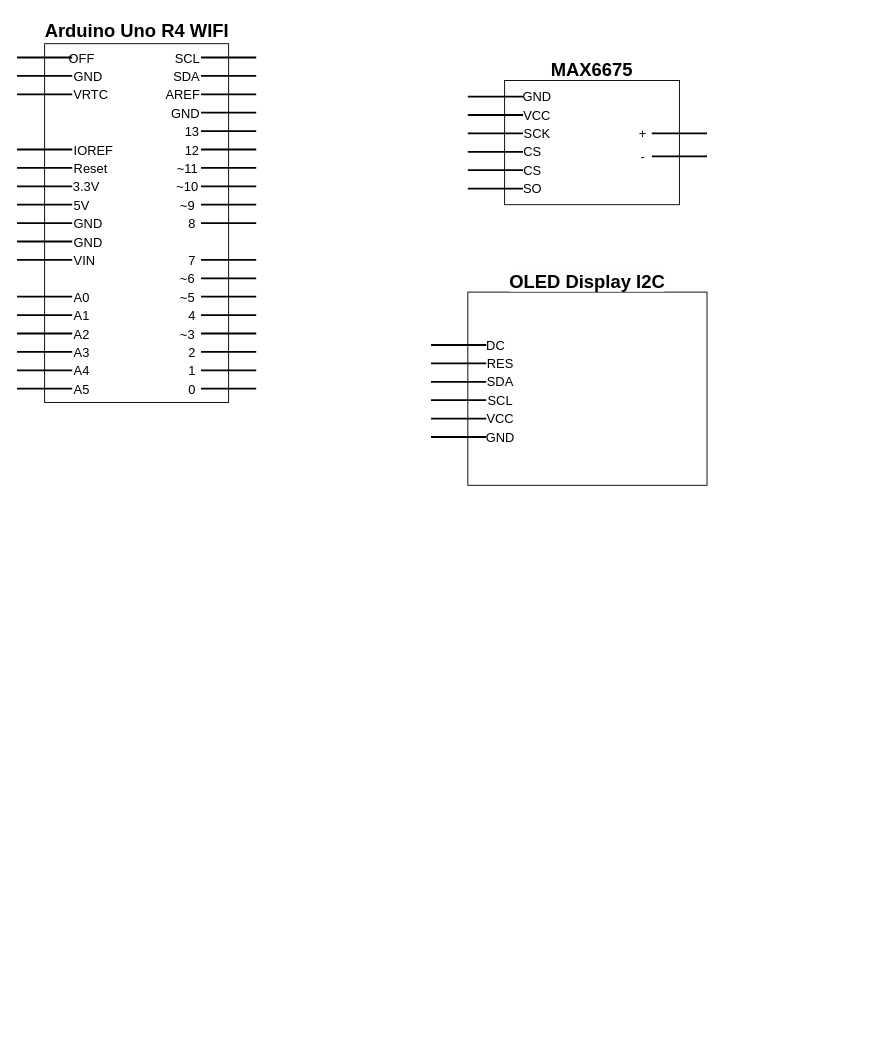
Earlier version of the draw.io diagram HaySteamerCircuitDiagram.drawio (RoadRunner-2/HaySteamerTemperatureControl). Source tidied: cells renumbered, new cells numbered last; positions are measured from the earlier drawing's top-left corner, leaving out a move shared by most shapes. Both pictures are drawn from the tidied source at 92%, with x=0, y=0 at pixel (17, 16).
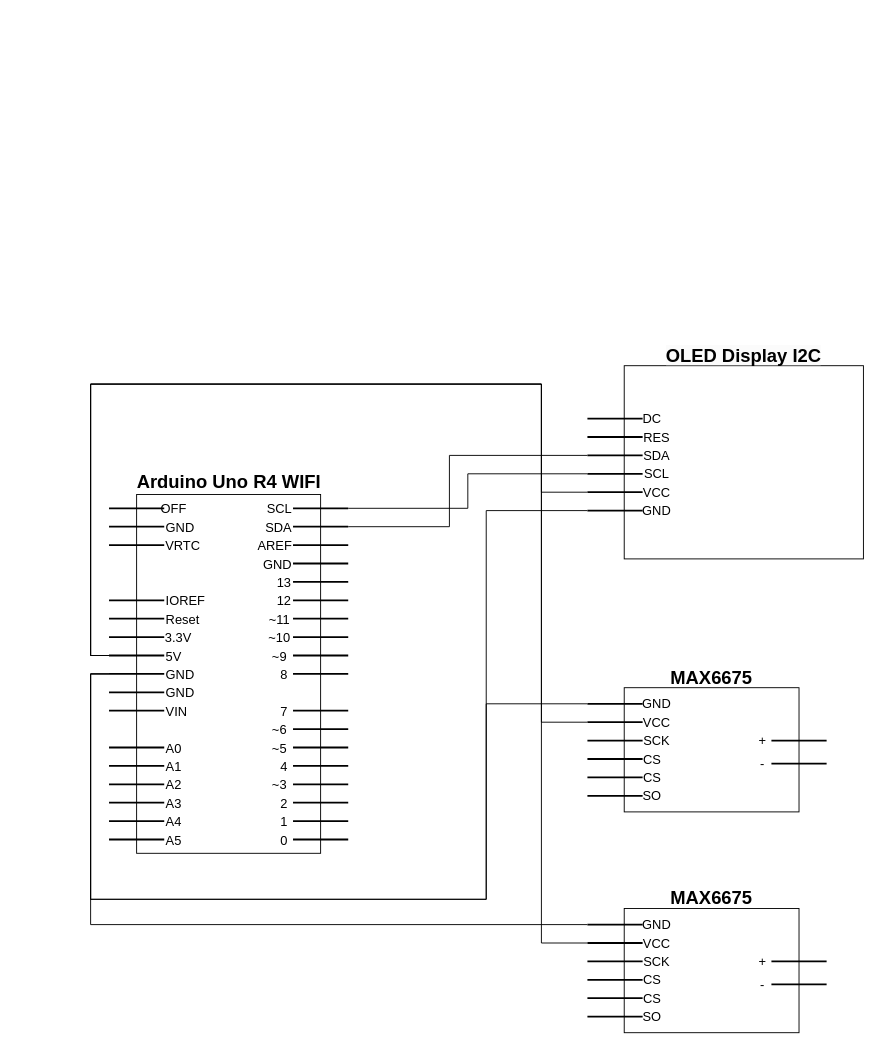
After the change.

Commit message:
started adding connections in circuit diagram

The change refers to these unchanged cells:
```xml
<mxCell id="13" style="line;strokeWidth=2;html=1;" parent="3" vertex="1">
  <mxGeometry y="190" width="60" height="10" as="geometry" />
</mxCell>
<mxCell id="14" style="line;strokeWidth=2;html=1;" parent="3" vertex="1">
  <mxGeometry y="170" width="60" height="10" as="geometry" />
</mxCell>
<mxCell id="37" style="line;strokeWidth=2;html=1;" parent="3" vertex="1">
  <mxGeometry x="200" y="30" width="60" height="10" as="geometry" />
</mxCell>
<mxCell id="38" style="line;strokeWidth=2;html=1;" parent="3" vertex="1">
  <mxGeometry x="200" y="10" width="60" height="10" as="geometry" />
</mxCell>
<mxCell id="80" style="line;strokeWidth=2;html=1;" parent="74" vertex="1">
  <mxGeometry y="62.5" width="60" height="10" as="geometry" />
</mxCell>
<mxCell id="81" style="line;strokeWidth=2;html=1;" parent="74" vertex="1">
  <mxGeometry y="42.5" width="60" height="10" as="geometry" />
</mxCell>
<mxCell id="95" style="line;strokeWidth=2;html=1;" parent="93" vertex="1">
  <mxGeometry y="182.5" width="60" height="10" as="geometry" />
</mxCell>
<mxCell id="96" style="line;strokeWidth=2;html=1;" parent="93" vertex="1">
  <mxGeometry y="142.5" width="60" height="10" as="geometry" />
</mxCell>
<mxCell id="97" style="line;strokeWidth=2;html=1;" parent="93" vertex="1">
  <mxGeometry y="162.5" width="60" height="10" as="geometry" />
</mxCell>
<mxCell id="98" style="line;strokeWidth=2;html=1;" parent="93" vertex="1">
  <mxGeometry y="122.5" width="60" height="10" as="geometry" />
</mxCell>
```

Change to the diagram source:
```diff
@@
     <mxCell id="2" style="group;" parent="1" vertex="1">
-      <mxGeometry width="260" height="420" as="geometry" />
+      <mxGeometry x="100" y="490" width="260" height="420" as="geometry" />
     </mxCell>
@@
     <mxCell id="74" style="group;" parent="1" vertex="1">
-      <mxGeometry x="490" y="40" width="260" height="165" as="geometry" />
+      <mxGeometry x="620" y="700" width="260" height="165" as="geometry" />
     </mxCell>
@@
     <mxCell id="93" style="group;" parent="1" vertex="1">
-      <mxGeometry x="450" y="270" width="300" height="240" as="geometry" />
+      <mxGeometry x="620" y="350" width="300" height="240" as="geometry" />
     </mxCell>
@@
+    <mxCell id="108" style="group;" parent="1" vertex="1">
+      <mxGeometry x="620" y="940" width="260" height="170" as="geometry" />
+    </mxCell>
+    <mxCell id="109" style="rounded=0;whiteSpace=wrap;html=1;" parent="108" vertex="1">
+      <mxGeometry x="40" y="30" width="190" height="135" as="geometry" />
+    </mxCell>
+    <mxCell id="110" style="line;strokeWidth=2;html=1;" parent="108" vertex="1">
+      <mxGeometry y="142.5" width="60" height="10" as="geometry" />
+    </mxCell>
+    <mxCell id="111" style="line;strokeWidth=2;html=1;" parent="108" vertex="1">
+      <mxGeometry y="102.5" width="60" height="10" as="geometry" />
+    </mxCell>
+    <mxCell id="112" style="line;strokeWidth=2;html=1;" parent="108" vertex="1">
+      <mxGeometry y="122.5" width="60" height="10" as="geometry" />
+    </mxCell>
+    <mxCell id="113" style="line;strokeWidth=2;html=1;" parent="108" vertex="1">
+      <mxGeometry y="82.5" width="60" height="10" as="geometry" />
+    </mxCell>
+    <mxCell id="114" style="line;strokeWidth=2;html=1;" parent="108" vertex="1">
+      <mxGeometry y="62.5" width="60" height="10" as="geometry" />
+    </mxCell>
+    <mxCell id="115" style="line;strokeWidth=2;html=1;" parent="108" vertex="1">
+      <mxGeometry y="42.5" width="60" height="10" as="geometry" />
+    </mxCell>
+    <mxCell id="116" value="&lt;font style=&quot;font-size: 14px; font-weight: normal;&quot;&gt;SO&lt;/font&gt;" style="text;strokeColor=none;fillColor=none;html=1;fontSize=24;fontStyle=1;verticalAlign=middle;align=center;" parent="108" vertex="1">
+      <mxGeometry x="60" y="137.5" width="20" height="15" as="geometry" />
+    </mxCell>
+    <mxCell id="117" value="&lt;font style=&quot;font-size: 14px; font-weight: normal;&quot;&gt;CS&lt;/font&gt;" style="text;strokeColor=none;fillColor=none;html=1;fontSize=24;fontStyle=1;verticalAlign=middle;align=center;" parent="108" vertex="1">
+      <mxGeometry x="60" y="117.5" width="20" height="15" as="geometry" />
+    </mxCell>
+    <mxCell id="118" value="&lt;font style=&quot;font-size: 14px; font-weight: normal;&quot;&gt;CS&lt;/font&gt;" style="text;strokeColor=none;fillColor=none;html=1;fontSize=24;fontStyle=1;verticalAlign=middle;align=center;" parent="108" vertex="1">
+      <mxGeometry x="60" y="97.5" width="20" height="15" as="geometry" />
+    </mxCell>
+    <mxCell id="119" value="&lt;span style=&quot;font-size: 14px; font-weight: 400;&quot;&gt;SCK&lt;/span&gt;" style="text;strokeColor=none;fillColor=none;html=1;fontSize=24;fontStyle=1;verticalAlign=middle;align=center;" parent="108" vertex="1">
+      <mxGeometry x="60" y="77.5" width="30" height="15" as="geometry" />
+    </mxCell>
+    <mxCell id="120" value="&lt;font style=&quot;font-size: 14px; font-weight: normal;&quot;&gt;VCC&lt;/font&gt;" style="text;strokeColor=none;fillColor=none;html=1;fontSize=24;fontStyle=1;verticalAlign=middle;align=center;" parent="108" vertex="1">
+      <mxGeometry x="60" y="57.5" width="30" height="15" as="geometry" />
+    </mxCell>
+    <mxCell id="121" value="&lt;span style=&quot;font-size: 14px; font-weight: 400;&quot;&gt;GND&lt;/span&gt;" style="text;strokeColor=none;fillColor=none;html=1;fontSize=24;fontStyle=1;verticalAlign=middle;align=center;" parent="108" vertex="1">
+      <mxGeometry x="60" y="37.5" width="30" height="15" as="geometry" />
+    </mxCell>
+    <mxCell id="122" style="line;strokeWidth=2;html=1;" parent="108" vertex="1">
+      <mxGeometry x="200" y="82.5" width="60" height="10" as="geometry" />
+    </mxCell>
+    <mxCell id="123" style="line;strokeWidth=2;html=1;" parent="108" vertex="1">
+      <mxGeometry x="200" y="107.5" width="60" height="10" as="geometry" />
+    </mxCell>
+    <mxCell id="124" value="&lt;span style=&quot;font-size: 14px; font-weight: 400;&quot;&gt;+&lt;/span&gt;" style="text;strokeColor=none;fillColor=none;html=1;fontSize=24;fontStyle=1;verticalAlign=middle;align=center;" parent="108" vertex="1">
+      <mxGeometry x="180" y="77.5" width="20" height="15" as="geometry" />
+    </mxCell>
+    <mxCell id="125" value="&lt;span style=&quot;font-size: 14px; font-weight: 400;&quot;&gt;-&lt;/span&gt;" style="text;strokeColor=none;fillColor=none;html=1;fontSize=24;fontStyle=1;verticalAlign=middle;align=center;" parent="108" vertex="1">
+      <mxGeometry x="180" y="102.5" width="20" height="15" as="geometry" />
+    </mxCell>
+    <mxCell id="126" value="&lt;div style=&quot;&quot;&gt;&lt;span style=&quot;background-color: initial; font-size: 20px; text-wrap-mode: nowrap;&quot;&gt;&lt;b&gt;MAX6675&lt;/b&gt;&lt;/span&gt;&lt;/div&gt;" style="text;whiteSpace=wrap;html=1;align=center;" parent="108" vertex="1">
+      <mxGeometry x="40" width="190" height="52.5" as="geometry" />
+    </mxCell>
+    <mxCell id="127" style="edgeStyle=orthogonalEdgeStyle;rounded=0;jettySize=auto;html=1;exitX=0;exitY=0.5;exitDx=0;exitDy=0;exitPerimeter=0;entryX=0;entryY=0.5;entryDx=0;entryDy=0;entryPerimeter=0;endArrow=none;endFill=0;" parent="1" edge="1" source="13" target="95">
+      <mxGeometry relative="1" as="geometry">
+        <Array as="points">
+          <mxPoint x="80" y="715" />
+          <mxPoint x="80" y="960" />
+          <mxPoint x="510" y="960" />
+          <mxPoint x="510" y="538" />
+        </Array>
+      </mxGeometry>
+    </mxCell>
+    <mxCell id="128" style="edgeStyle=orthogonalEdgeStyle;rounded=0;jettySize=auto;html=1;exitX=0;exitY=0.5;exitDx=0;exitDy=0;exitPerimeter=0;entryX=0;entryY=0.5;entryDx=0;entryDy=0;entryPerimeter=0;endArrow=none;endFill=0;" parent="1" edge="1" source="13" target="81">
+      <mxGeometry relative="1" as="geometry">
+        <Array as="points">
+          <mxPoint x="80" y="715" />
+          <mxPoint x="80" y="960" />
+          <mxPoint x="510" y="960" />
+          <mxPoint x="510" y="748" />
+        </Array>
+      </mxGeometry>
+    </mxCell>
+    <mxCell id="129" style="edgeStyle=orthogonalEdgeStyle;rounded=0;jettySize=auto;html=1;exitX=0;exitY=0.5;exitDx=0;exitDy=0;exitPerimeter=0;entryX=0;entryY=0.5;entryDx=0;entryDy=0;entryPerimeter=0;endArrow=none;endFill=0;" parent="1" edge="1" source="13" target="115">
+      <mxGeometry relative="1" as="geometry" />
+    </mxCell>
+    <mxCell id="130" style="edgeStyle=orthogonalEdgeStyle;rounded=0;jettySize=auto;html=1;exitX=1;exitY=0.5;exitDx=0;exitDy=0;exitPerimeter=0;entryX=0;entryY=0.5;entryDx=0;entryDy=0;entryPerimeter=0;endArrow=none;endFill=0;" parent="1" edge="1" source="38" target="96">
+      <mxGeometry relative="1" as="geometry" />
+    </mxCell>
+    <mxCell id="131" style="edgeStyle=orthogonalEdgeStyle;rounded=0;jettySize=auto;html=1;exitX=1;exitY=0.5;exitDx=0;exitDy=0;exitPerimeter=0;entryX=0;entryY=0.5;entryDx=0;entryDy=0;entryPerimeter=0;endArrow=none;endFill=0;" parent="1" edge="1" source="37" target="98">
+      <mxGeometry relative="1" as="geometry">
+        <Array as="points">
+          <mxPoint x="470" y="555" />
+          <mxPoint x="470" y="478" />
+        </Array>
+      </mxGeometry>
+    </mxCell>
+    <mxCell id="132" style="edgeStyle=orthogonalEdgeStyle;rounded=0;jettySize=auto;html=1;exitX=0;exitY=0.5;exitDx=0;exitDy=0;exitPerimeter=0;entryX=0;entryY=0.5;entryDx=0;entryDy=0;entryPerimeter=0;endArrow=none;endFill=0;" parent="1" edge="1" source="14" target="97">
+      <mxGeometry relative="1" as="geometry">
+        <Array as="points">
+          <mxPoint x="80" y="695" />
+          <mxPoint x="80" y="400" />
+          <mxPoint x="570" y="400" />
+          <mxPoint x="570" y="518" />
+        </Array>
+      </mxGeometry>
+    </mxCell>
+    <mxCell id="133" style="edgeStyle=orthogonalEdgeStyle;rounded=0;jettySize=auto;html=1;exitX=0;exitY=0.5;exitDx=0;exitDy=0;exitPerimeter=0;entryX=0;entryY=0.5;entryDx=0;entryDy=0;entryPerimeter=0;endArrow=none;endFill=0;" parent="1" edge="1" source="14" target="80">
+      <mxGeometry relative="1" as="geometry">
+        <Array as="points">
+          <mxPoint x="80" y="695" />
+          <mxPoint x="80" y="400" />
+          <mxPoint x="570" y="400" />
+          <mxPoint x="570" y="768" />
+        </Array>
+      </mxGeometry>
+    </mxCell>
+    <mxCell id="134" style="edgeStyle=orthogonalEdgeStyle;rounded=0;jettySize=auto;html=1;exitX=0;exitY=0.5;exitDx=0;exitDy=0;exitPerimeter=0;entryX=0;entryY=0.5;entryDx=0;entryDy=0;entryPerimeter=0;endArrow=none;endFill=0;" parent="1" edge="1" source="14" target="114">
+      <mxGeometry relative="1" as="geometry">
+        <Array as="points">
+          <mxPoint x="80" y="695" />
+          <mxPoint x="80" y="400" />
+          <mxPoint x="570" y="400" />
+          <mxPoint x="570" y="1008" />
+        </Array>
+      </mxGeometry>
+    </mxCell>
```
